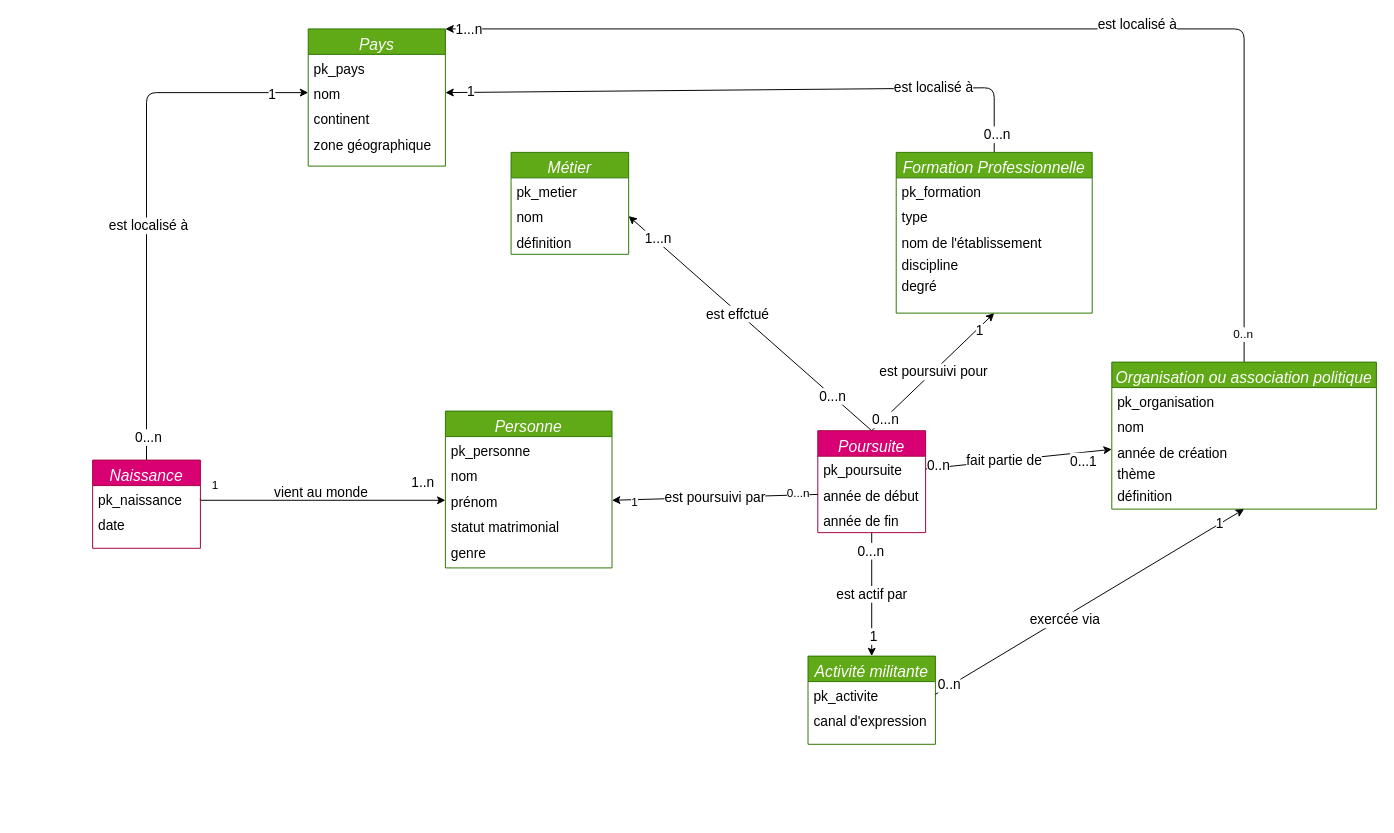
AliaBrah/militants_droit_femmes keeps this draw.io diagram as Essai_modele.drawio. Above is the earlier version. Source tidied: cells renumbered, new cells numbered last; positions are measured from the earlier drawing's top-left corner, leaving out a move shared by most shapes. Both pictures are drawn from the tidied source at 98%, with x=0, y=0 at pixel (92, 28).
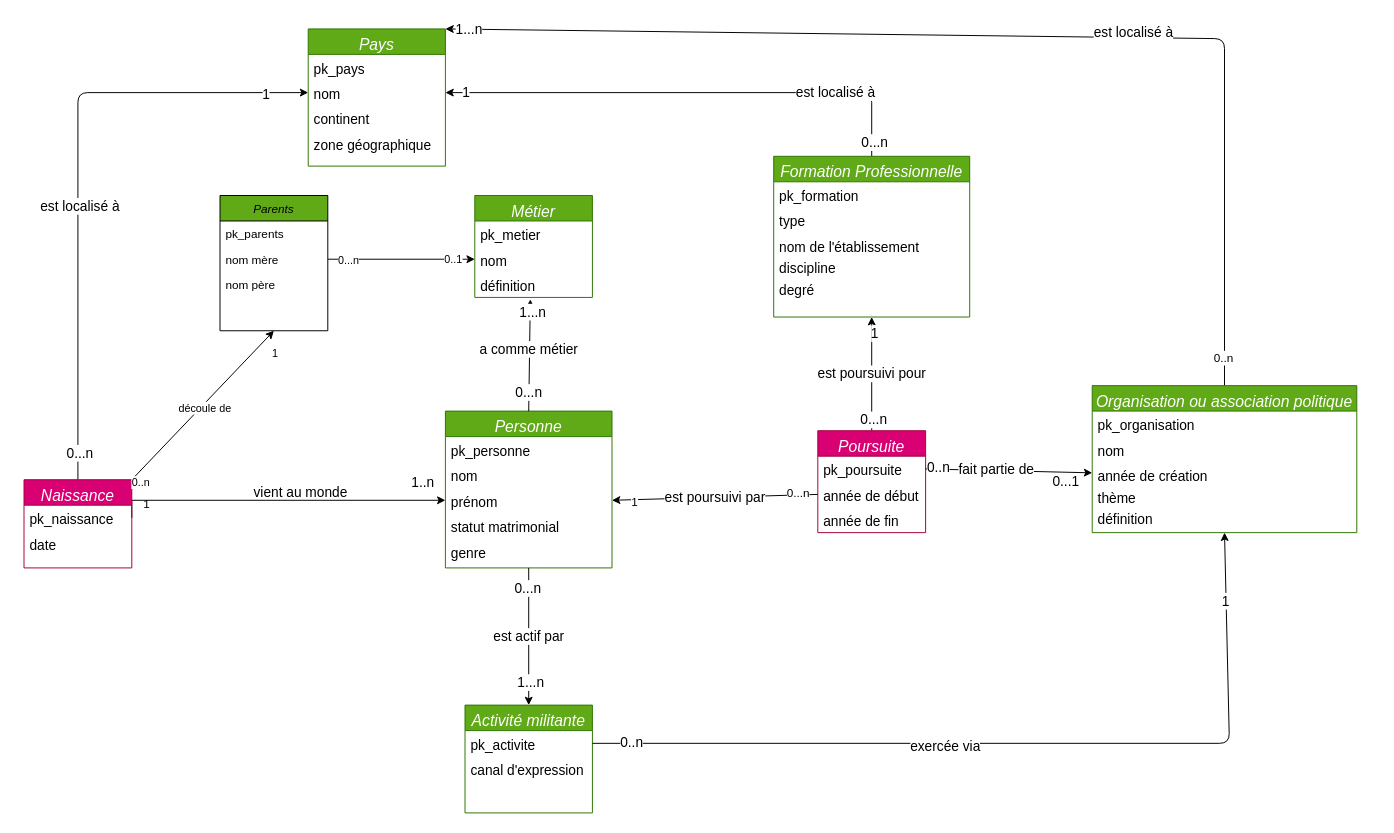
After the change.

Unchanged cells that the change refers to:
```xml
<mxCell id="6" value="Personne" style="swimlane;fontStyle=2;align=center;verticalAlign=top;horizontal=1;startSize=26;rounded=0;shadow=0;strokeWidth=1;fillColor=#60a917;fontColor=#ffffff;strokeColor=#2D7600;fontSize=16;" parent="1" vertex="1">
  <mxGeometry x="360" y="390" width="170" height="160" as="geometry" />
</mxCell>
<mxCell id="20" value="Pays" style="swimlane;fontStyle=2;align=center;verticalAlign=top;horizontal=1;startSize=26;rounded=0;shadow=0;strokeWidth=1;fillColor=#60a917;fontColor=#ffffff;strokeColor=#2D7600;fontSize=16;" parent="1" vertex="1">
  <mxGeometry x="220" width="140" height="140" as="geometry" />
</mxCell>
<mxCell id="22" value="nom" style="text;align=left;verticalAlign=top;spacingLeft=4;spacingRight=4;overflow=hidden;points=[[0,0.5],[1,0.5]];portConstraint=eastwest;rounded=0;shadow=0;html=0;fontSize=14;" parent="20" vertex="1">
  <mxGeometry y="52" width="140" height="26" as="geometry" />
</mxCell>
<mxCell id="49" value="Poursuite" style="swimlane;fontStyle=2;align=center;verticalAlign=top;horizontal=1;startSize=26;rounded=0;shadow=0;strokeWidth=1;fillColor=#d80073;fontColor=#ffffff;strokeColor=#A50040;fontSize=16;" parent="1" vertex="1">
  <mxGeometry x="740" y="410" width="110" height="104" as="geometry" />
</mxCell>
<mxCell id="62" value="nom " style="text;align=left;verticalAlign=top;spacingLeft=4;spacingRight=4;overflow=hidden;points=[[0,0.5],[1,0.5]];portConstraint=eastwest;fontSize=14;" parent="60" vertex="1">
  <mxGeometry y="52" width="120" height="26" as="geometry" />
</mxCell>
<mxCell id="63" value="définition" style="text;align=left;verticalAlign=top;spacingLeft=4;spacingRight=4;overflow=hidden;points=[[0,0.5],[1,0.5]];portConstraint=eastwest;fontSize=14;" parent="60" vertex="1">
  <mxGeometry y="78" width="120" height="26" as="geometry" />
</mxCell>
<mxCell id="65" value="pk_activite" style="text;align=left;verticalAlign=top;spacingLeft=4;spacingRight=4;overflow=hidden;points=[[0,0.5],[1,0.5]];portConstraint=eastwest;fontSize=14;" parent="64" vertex="1">
  <mxGeometry y="26" width="130" height="26" as="geometry" />
</mxCell>
```

Diff of the diagram source:
```diff
@@
     <mxCell id="12" style="edgeStyle=none;html=1;exitX=0.5;exitY=0;exitDx=0;exitDy=0;entryX=0;entryY=0.5;entryDx=0;entryDy=0;fontSize=12;" parent="1" edge="1" source="16" target="22">
       <mxGeometry relative="1" as="geometry">
         <Array as="points">
-          <mxPoint x="55" y="65" />
+          <mxPoint x="-15" y="65" />
         </Array>
       </mxGeometry>
     </mxCell>
@@
     <mxCell id="16" value="Naissance" style="swimlane;fontStyle=2;align=center;verticalAlign=top;horizontal=1;startSize=26;rounded=0;shadow=0;strokeWidth=1;fillColor=#d80073;fontColor=#ffffff;strokeColor=#A50040;fontSize=16;" parent="1" vertex="1">
-      <mxGeometry y="440" width="110" height="90" as="geometry" />
+      <mxGeometry x="-70" y="460" width="110" height="90" as="geometry" />
     </mxCell>
@@
     <mxCell id="25" style="edgeStyle=none;html=1;exitX=0.5;exitY=0;exitDx=0;exitDy=0;entryX=1;entryY=0.5;entryDx=0;entryDy=0;fontSize=14;" parent="1" edge="1" source="54" target="22">
       <mxGeometry relative="1" as="geometry">
         <Array as="points">
-          <mxPoint x="920" y="60" />
+          <mxPoint x="795" y="65" />
         </Array>
       </mxGeometry>
     </mxCell>
@@
     <mxCell id="29" style="edgeStyle=none;html=1;exitX=0.5;exitY=0;exitDx=0;exitDy=0;entryX=1;entryY=0;entryDx=0;entryDy=0;fontSize=14;" parent="1" edge="1" source="33" target="20">
       <mxGeometry relative="1" as="geometry">
         <Array as="points">
-          <mxPoint x="1175" />
+          <mxPoint x="1155" y="10" />
         </Array>
       </mxGeometry>
     </mxCell>
@@
     <mxCell id="33" value="Organisation ou association politique" style="swimlane;fontStyle=2;align=center;verticalAlign=top;horizontal=1;startSize=26;rounded=0;shadow=0;strokeWidth=1;fillColor=#60a917;fontColor=#ffffff;strokeColor=#2D7600;fontSize=16;" parent="1" vertex="1">
-      <mxGeometry x="1040" y="340" width="270" height="150" as="geometry" />
+      <mxGeometry x="1020" y="364" width="270" height="150" as="geometry" />
     </mxCell>
@@
-    <mxCell id="42" style="edgeStyle=none;html=1;exitX=0.5;exitY=0;exitDx=0;exitDy=0;fontSize=14;entryX=1;entryY=0.5;entryDx=0;entryDy=0;" parent="1" edge="1" source="49" target="62">
+    <mxCell id="42" style="edgeStyle=none;html=1;exitX=0.5;exitY=0;exitDx=0;exitDy=0;fontSize=14;entryX=0.472;entryY=1.077;entryDx=0;entryDy=0;entryPerimeter=0;" parent="1" edge="1" source="6" target="63">
       <mxGeometry relative="1" as="geometry" />
     </mxCell>
-    <mxCell id="43" value="est effctué" style="edgeLabel;html=1;align=center;verticalAlign=middle;fontSize=14;" parent="42" vertex="1">
+    <mxCell id="43" value="a comme métier" style="edgeLabel;html=1;align=center;verticalAlign=middle;fontSize=14;" parent="42" vertex="1">
       <mxGeometry x="0.1" y="1" relative="1" as="geometry" />
     </mxCell>
@@
-    <mxCell id="46" value="est actif par" style="edgeStyle=none;html=1;exitX=0.5;exitY=1;exitDx=0;exitDy=0;entryX=0.5;entryY=0;entryDx=0;entryDy=0;fontSize=14;" parent="1" edge="1" source="49" target="64">
+    <mxCell id="46" value="est actif par" style="edgeStyle=none;html=1;exitX=0.5;exitY=1;exitDx=0;exitDy=0;entryX=0.5;entryY=0;entryDx=0;entryDy=0;fontSize=14;" parent="1" edge="1" source="6" target="64">
       <mxGeometry relative="1" as="geometry" />
     </mxCell>
@@
-    <mxCell id="48" value="1" style="edgeLabel;html=1;align=center;verticalAlign=middle;fontSize=14;" parent="46" vertex="1">
+    <mxCell id="48" value="1...n" style="edgeLabel;html=1;align=center;verticalAlign=middle;fontSize=14;" parent="46" vertex="1">
       <mxGeometry x="0.66" y="1" relative="1" as="geometry" />
     </mxCell>
@@
     <mxCell id="54" value="Formation Professionnelle" style="swimlane;fontStyle=2;align=center;verticalAlign=top;horizontal=1;startSize=26;rounded=0;shadow=0;strokeWidth=1;fillColor=#60a917;fontColor=#ffffff;strokeColor=#2D7600;fontSize=16;" parent="1" vertex="1">
-      <mxGeometry x="820" y="126" width="200" height="164" as="geometry" />
+      <mxGeometry x="695" y="130" width="200" height="164" as="geometry" />
     </mxCell>
@@
     <mxCell id="60" value="Métier" style="swimlane;fontStyle=2;align=center;verticalAlign=top;horizontal=1;startSize=26;rounded=0;shadow=0;strokeWidth=1;fillColor=#60a917;fontColor=#ffffff;strokeColor=#2D7600;fontSize=16;" parent="1" vertex="1">
-      <mxGeometry x="427" y="126" width="120" height="104" as="geometry" />
+      <mxGeometry x="390" y="170" width="120" height="104" as="geometry" />
     </mxCell>
@@
     <mxCell id="64" value="Activité militante" style="swimlane;fontStyle=2;align=center;verticalAlign=top;horizontal=1;startSize=26;rounded=0;shadow=0;strokeWidth=1;fillColor=#60a917;fontColor=#ffffff;strokeColor=#2D7600;fontSize=16;" parent="1" vertex="1">
-      <mxGeometry x="730" y="640" width="130" height="90" as="geometry" />
+      <mxGeometry x="380" y="690" width="130" height="110" as="geometry" />
     </mxCell>
@@
     <mxCell id="66" value="canal d'expression" style="text;align=left;verticalAlign=top;spacingLeft=4;spacingRight=4;overflow=hidden;fontSize=14;" parent="64" vertex="1">
-      <mxGeometry y="52" width="130" height="30" as="geometry" />
+      <mxGeometry y="52" width="130" height="58" as="geometry" />
     </mxCell>
@@
     <mxCell id="71" style="edgeStyle=none;html=1;exitX=1;exitY=0.5;exitDx=0;exitDy=0;fontSize=14;entryX=0.5;entryY=1;entryDx=0;entryDy=0;" parent="1" edge="1" source="65" target="33">
-      <mxGeometry relative="1" as="geometry" />
+      <mxGeometry relative="1" as="geometry">
+        <Array as="points">
+          <mxPoint x="1160" y="729" />
+        </Array>
+      </mxGeometry>
     </mxCell>
@@
+    <mxCell id="78" style="endArrow=classic;html=1;entryX=0.5;entryY=1;entryDx=0;entryDy=0;exitX=1;exitY=0;exitDx=0;exitDy=0;" parent="1" edge="1" source="16" target="82">
+      <mxGeometry relative="1" as="geometry" />
+    </mxCell>
+    <mxCell id="79" value="1" style="edgeLabel;html=1;align=center;verticalAlign=middle;" parent="78" vertex="1">
+      <mxGeometry x="0.89" y="-1" relative="1" as="geometry">
+        <mxPoint x="7.5" y="14" as="offset" />
+      </mxGeometry>
+    </mxCell>
+    <mxCell id="80" value="0..n" style="edgeLabel;html=1;align=center;verticalAlign=middle;" parent="78" vertex="1">
+      <mxGeometry x="-0.88" y="-1" relative="1" as="geometry">
+        <mxPoint x="-0.8" y="11" as="offset" />
+      </mxGeometry>
+    </mxCell>
+    <mxCell id="81" value="découle de&amp;nbsp;" style="edgeLabel;html=1;align=center;verticalAlign=middle;" parent="78" vertex="1">
+      <mxGeometry y="-4" relative="1" as="geometry" />
+    </mxCell>
+    <mxCell id="82" value="Parents" style="swimlane;fontStyle=2;align=center;verticalAlign=top;horizontal=1;startSize=26;rounded=0;shadow=0;strokeWidth=1;fillColor=#60A917;" parent="1" vertex="1">
+      <mxGeometry x="130" y="170" width="110" height="138" as="geometry" />
+    </mxCell>
+    <mxCell id="83" value="pk_parents" style="text;align=left;verticalAlign=top;spacingLeft=4;spacingRight=4;overflow=hidden;" parent="82" vertex="1">
+      <mxGeometry y="26" width="110" height="26" as="geometry" />
+    </mxCell>
+    <mxCell id="84" value="nom mère" style="text;align=left;verticalAlign=top;spacingLeft=4;spacingRight=4;overflow=hidden;points=[[0,0.5],[1,0.5]];portConstraint=eastwest;rounded=0;shadow=0;html=0;" parent="82" vertex="1">
+      <mxGeometry y="52" width="110" height="26" as="geometry" />
+    </mxCell>
+    <mxCell id="85" style="edgeStyle=elbowEdgeStyle;rounded=0;orthogonalLoop=1;jettySize=auto;elbow=vertical;html=1;exitX=0;exitY=0.5;exitDx=0;exitDy=0;" parent="82" edge="1" source="84" target="84">
+      <mxGeometry relative="1" as="geometry" />
+    </mxCell>
+    <mxCell id="86" value="nom père" style="text;align=left;verticalAlign=top;spacingLeft=4;spacingRight=4;overflow=hidden;rounded=0;shadow=0;html=0;" parent="82" vertex="1">
+      <mxGeometry y="78" width="110" height="26" as="geometry" />
+    </mxCell>
+    <mxCell id="87" style="edgeStyle=none;html=1;exitX=1;exitY=0.5;exitDx=0;exitDy=0;entryX=0;entryY=0.5;entryDx=0;entryDy=0;" parent="1" edge="1" source="84" target="62">
+      <mxGeometry relative="1" as="geometry" />
+    </mxCell>
+    <mxCell id="88" value="0...n" style="edgeLabel;html=1;align=center;verticalAlign=middle;" parent="87" vertex="1">
+      <mxGeometry x="-0.73" relative="1" as="geometry" />
+    </mxCell>
+    <mxCell id="89" value="0..1" style="edgeLabel;html=1;align=center;verticalAlign=middle;" parent="87" vertex="1">
+      <mxGeometry x="0.69" y="1" relative="1" as="geometry" />
+    </mxCell>
```
